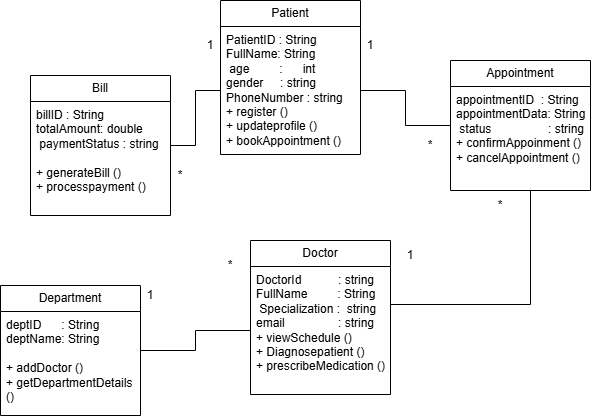
This is diagrams/uml_class_diagram.drawio.png from mustafamahadi575-bit/uml-class-diagram-assignment, a draw.io export, as it was before one commit. Source tidied: cells renumbered, new cells last; positions are measured from the earlier drawing's top-left corner, leaving out a move shared by most shapes.
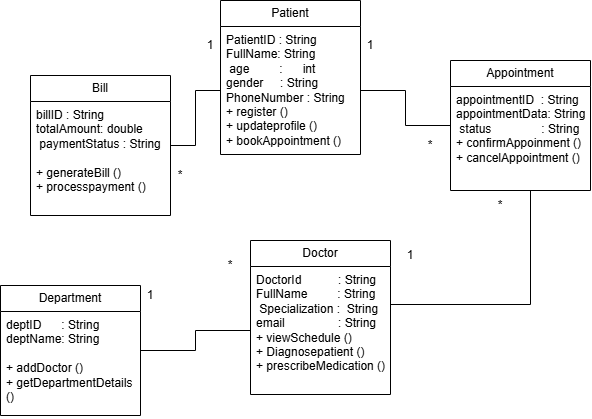
The same file after the commit.

What changed in the source:
```diff
@@ -5,7 +5,7 @@
     <mxCell id="2" value="Patient" style="swimlane;fontStyle=0;horizontal=1;startSize=26;fillColor=none;whiteSpace=wrap;html=1;" parent="1" vertex="1">
       <mxGeometry x="220" width="140" height="154" as="geometry" />
     </mxCell>
-    <mxCell id="3" value="PatientID : String&lt;div&gt;FullName: String&lt;/div&gt;&lt;div&gt;&amp;nbsp;age&amp;nbsp; &amp;nbsp; &amp;nbsp; &amp;nbsp; &amp;nbsp;:&amp;nbsp; &amp;nbsp; &amp;nbsp; int&lt;span style=&quot;background-color: transparent; color: light-dark(rgb(0, 0, 0), rgb(255, 255, 255));&quot;&gt;&amp;nbsp;&lt;/span&gt;&lt;/div&gt;&lt;div&gt;gender&amp;nbsp; &amp;nbsp; &amp;nbsp;: string&lt;/div&gt;&lt;div&gt;PhoneNumber : string&lt;/div&gt;&lt;div&gt;+ register ()&lt;/div&gt;&lt;div&gt;+ updateprofile ()&lt;/div&gt;&lt;div&gt;+ bookAppointment ()&lt;/div&gt;" style="text;strokeColor=none;fillColor=none;align=left;verticalAlign=top;spacingLeft=4;spacingRight=4;overflow=hidden;points=[[0,0.5],[1,0.5]];portConstraint=eastwest;whiteSpace=wrap;html=1;" parent="2" vertex="1">
+    <mxCell id="3" value="PatientID : String&lt;div&gt;FullName: String&lt;/div&gt;&lt;div&gt;&amp;nbsp;age&amp;nbsp; &amp;nbsp; &amp;nbsp; &amp;nbsp; &amp;nbsp;:&amp;nbsp; &amp;nbsp; &amp;nbsp; int&lt;span style=&quot;background-color: transparent; color: light-dark(rgb(0, 0, 0), rgb(255, 255, 255));&quot;&gt;&amp;nbsp;&lt;/span&gt;&lt;/div&gt;&lt;div&gt;gender&amp;nbsp; &amp;nbsp; &amp;nbsp;: String&lt;/div&gt;&lt;div&gt;PhoneNumber : String&lt;/div&gt;&lt;div&gt;+ register ()&lt;/div&gt;&lt;div&gt;+ updateprofile ()&lt;/div&gt;&lt;div&gt;+ bookAppointment ()&lt;/div&gt;" style="text;strokeColor=none;fillColor=none;align=left;verticalAlign=top;spacingLeft=4;spacingRight=4;overflow=hidden;points=[[0,0.5],[1,0.5]];portConstraint=eastwest;whiteSpace=wrap;html=1;" parent="2" vertex="1">
       <mxGeometry y="26" width="140" height="128" as="geometry" />
     </mxCell>
     <mxCell id="4" style="edgeStyle=orthogonalEdgeStyle;rounded=0;jettySize=auto;html=1;endArrow=none;endFill=0;" parent="1" edge="1" source="5" target="3">
@@ -14,7 +14,7 @@
     <mxCell id="5" value="Bill" style="swimlane;fontStyle=0;horizontal=1;startSize=26;fillColor=none;whiteSpace=wrap;html=1;" parent="1" vertex="1">
       <mxGeometry x="30" y="75" width="140" height="140" as="geometry" />
     </mxCell>
-    <mxCell id="6" value="billID : String&lt;div&gt;totalAmount: double&lt;/div&gt;&lt;div&gt;&amp;nbsp;paymentStatus : string&lt;/div&gt;&lt;div&gt;&lt;br&gt;&lt;/div&gt;&lt;div&gt;+ generateBill ()&lt;/div&gt;&lt;div&gt;+ processpayment ()&lt;/div&gt;&lt;div&gt;&lt;br&gt;&lt;/div&gt;" style="text;strokeColor=none;fillColor=none;align=left;verticalAlign=top;spacingLeft=4;spacingRight=4;overflow=hidden;whiteSpace=wrap;html=1;" parent="5" vertex="1">
+    <mxCell id="6" value="billID : String&lt;div&gt;totalAmount: double&lt;/div&gt;&lt;div&gt;&amp;nbsp;paymentStatus : String&lt;/div&gt;&lt;div&gt;&lt;br&gt;&lt;/div&gt;&lt;div&gt;+ generateBill ()&lt;/div&gt;&lt;div&gt;+ processpayment ()&lt;/div&gt;&lt;div&gt;&lt;br&gt;&lt;/div&gt;" style="text;strokeColor=none;fillColor=none;align=left;verticalAlign=top;spacingLeft=4;spacingRight=4;overflow=hidden;whiteSpace=wrap;html=1;" parent="5" vertex="1">
       <mxGeometry y="26" width="140" height="114" as="geometry" />
     </mxCell>
     <mxCell id="7" style="edgeStyle=orthogonalEdgeStyle;rounded=0;jettySize=auto;html=1;endArrow=none;endFill=0;" parent="1" edge="1" source="8" target="11">
@@ -29,7 +29,7 @@
     <mxCell id="10" value="Doctor" style="swimlane;fontStyle=0;horizontal=1;startSize=26;fillColor=none;whiteSpace=wrap;html=1;" parent="1" vertex="1">
       <mxGeometry x="250" y="240" width="140" height="154" as="geometry" />
     </mxCell>
-    <mxCell id="11" value="DoctorId&amp;nbsp; &amp;nbsp; &amp;nbsp; &amp;nbsp; &amp;nbsp; &amp;nbsp;: string&lt;br&gt;&lt;div&gt;FullName&amp;nbsp; &amp;nbsp; &amp;nbsp; &amp;nbsp; &amp;nbsp;: String&lt;/div&gt;&lt;div&gt;&amp;nbsp;Specialization :&amp;nbsp; string&lt;/div&gt;&lt;div&gt;email&amp;nbsp; &amp;nbsp; &amp;nbsp; &amp;nbsp; &amp;nbsp; &amp;nbsp; &amp;nbsp; &amp;nbsp; : string&lt;/div&gt;&lt;div&gt;+ viewSchedule ()&lt;/div&gt;&lt;div&gt;+ Diagnosepatient ()&lt;/div&gt;&lt;div&gt;+ prescribeMedication ()&lt;/div&gt;" style="text;strokeColor=none;fillColor=none;align=left;verticalAlign=top;spacingLeft=4;spacingRight=4;overflow=hidden;points=[[0,0.5],[1,0.5]];portConstraint=eastwest;whiteSpace=wrap;html=1;" parent="10" vertex="1">
+    <mxCell id="11" value="DoctorId&amp;nbsp; &amp;nbsp; &amp;nbsp; &amp;nbsp; &amp;nbsp; &amp;nbsp;: String&lt;br&gt;&lt;div&gt;FullName&amp;nbsp; &amp;nbsp; &amp;nbsp; &amp;nbsp; &amp;nbsp;: String&lt;/div&gt;&lt;div&gt;&amp;nbsp;Specialization :&amp;nbsp; String&lt;/div&gt;&lt;div&gt;email&amp;nbsp; &amp;nbsp; &amp;nbsp; &amp;nbsp; &amp;nbsp; &amp;nbsp; &amp;nbsp; &amp;nbsp; : String&lt;/div&gt;&lt;div&gt;+ viewSchedule ()&lt;/div&gt;&lt;div&gt;+ Diagnosepatient ()&lt;/div&gt;&lt;div&gt;+ prescribeMedication ()&lt;/div&gt;" style="text;strokeColor=none;fillColor=none;align=left;verticalAlign=top;spacingLeft=4;spacingRight=4;overflow=hidden;points=[[0,0.5],[1,0.5]];portConstraint=eastwest;whiteSpace=wrap;html=1;" parent="10" vertex="1">
       <mxGeometry y="26" width="140" height="128" as="geometry" />
     </mxCell>
     <mxCell id="12" style="edgeStyle=orthogonalEdgeStyle;rounded=0;jettySize=auto;html=1;endArrow=none;endFill=0;" parent="1" edge="1" source="13" target="3">
@@ -38,7 +38,7 @@
     <mxCell id="13" value="Appointment" style="swimlane;fontStyle=0;horizontal=1;startSize=26;fillColor=none;whiteSpace=wrap;html=1;" parent="1" vertex="1">
       <mxGeometry x="450" y="60" width="140" height="130" as="geometry" />
     </mxCell>
-    <mxCell id="14" value="appointmentID&amp;nbsp; : String&lt;br&gt;&lt;div&gt;&lt;span style=&quot;background-color: transparent; color: light-dark(rgb(0, 0, 0), rgb(255, 255, 255));&quot;&gt;appointmentData&lt;/span&gt;: String&lt;/div&gt;&lt;div&gt;&amp;nbsp;status&amp;nbsp; &amp;nbsp; &amp;nbsp; &amp;nbsp; &amp;nbsp; &amp;nbsp; &amp;nbsp; &amp;nbsp; &amp;nbsp;: string&lt;/div&gt;&lt;div&gt;+ confirmAppoinment ()&lt;/div&gt;&lt;div&gt;+ cancelAppointment ()&lt;/div&gt;&lt;div&gt;&lt;br&gt;&lt;/div&gt;" style="text;strokeColor=none;fillColor=none;align=left;verticalAlign=top;spacingLeft=4;spacingRight=4;overflow=hidden;whiteSpace=wrap;html=1;" parent="13" vertex="1">
+    <mxCell id="14" value="appointmentID&amp;nbsp; : String&lt;br&gt;&lt;div&gt;&lt;span style=&quot;background-color: transparent; color: light-dark(rgb(0, 0, 0), rgb(255, 255, 255));&quot;&gt;appointmentData&lt;/span&gt;: String&lt;/div&gt;&lt;div&gt;&amp;nbsp;status&amp;nbsp; &amp;nbsp; &amp;nbsp; &amp;nbsp; &amp;nbsp; &amp;nbsp; &amp;nbsp; &amp;nbsp;: String&lt;/div&gt;&lt;div&gt;+ confirmAppoinment ()&lt;/div&gt;&lt;div&gt;+ cancelAppointment ()&lt;/div&gt;&lt;div&gt;&lt;br&gt;&lt;/div&gt;" style="text;strokeColor=none;fillColor=none;align=left;verticalAlign=top;spacingLeft=4;spacingRight=4;overflow=hidden;whiteSpace=wrap;html=1;" parent="13" vertex="1">
       <mxGeometry y="26" width="140" height="104" as="geometry" />
     </mxCell>
     <mxCell id="15" value="1" style="text;html=1;whiteSpace=wrap;strokeColor=none;fillColor=none;align=center;verticalAlign=middle;rounded=0;" parent="1" vertex="1">
```
